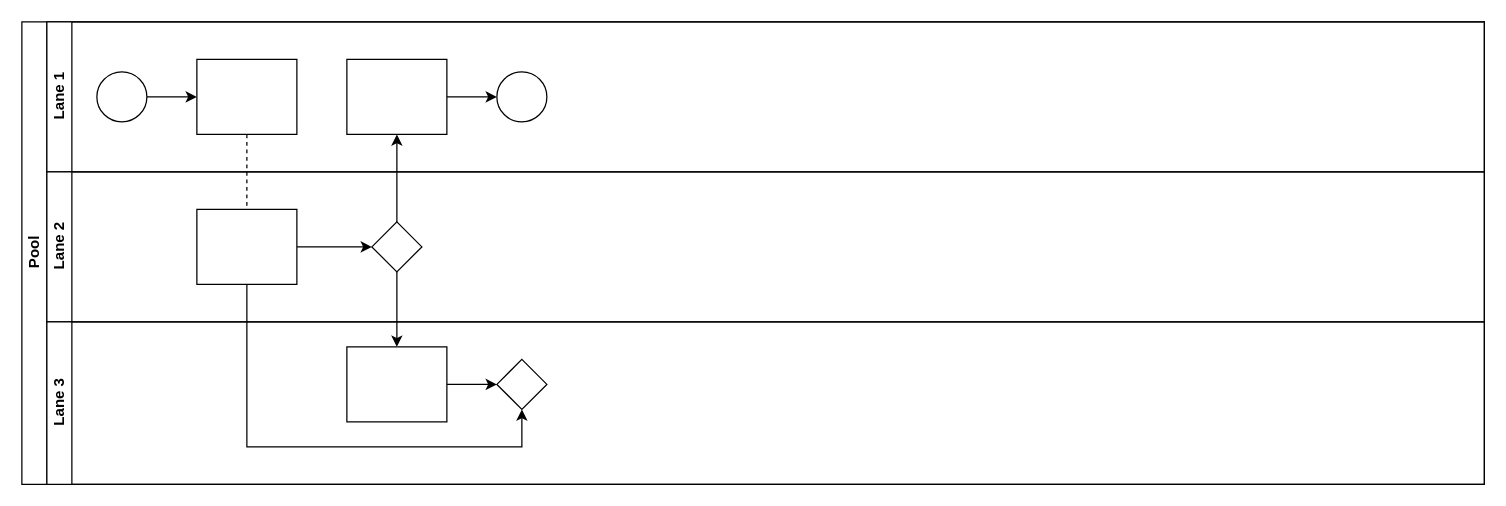
Above: drawio/未命名绘图.drawio in JETTA-AT/mind (draw.io), before the change. Source tidied: cells renumbered, new cells numbered last; positions are measured from the earlier drawing's top-left corner, leaving out a move shared by most shapes. Both pictures are drawn from the tidied source at 125%, with x=0, y=0 at pixel (21, 21).
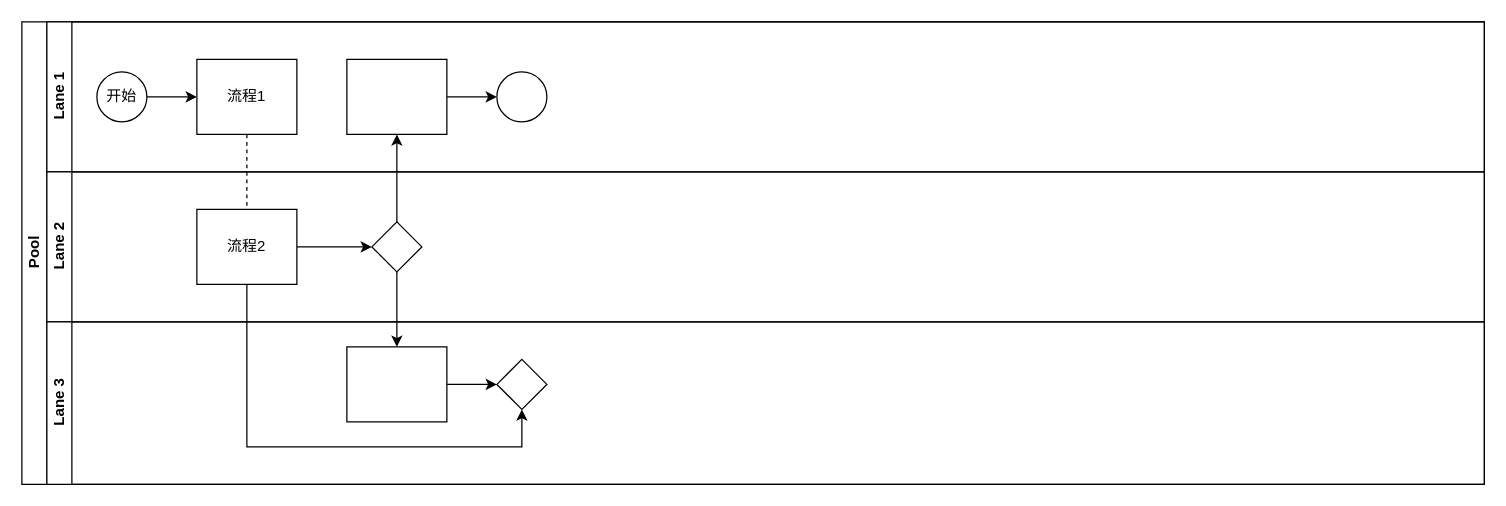
The same diagram, later.

Commit message:
更新未命名绘图.drawio

Unchanged cells that the change refers to:
```xml
<mxCell id="7" value="Lane 1" style="swimlane;html=1;startSize=20;horizontal=0;" parent="2" vertex="1">
  <mxGeometry x="20" width="1150" height="120" as="geometry" />
</mxCell>
<mxCell id="14" value="Lane 2" style="swimlane;html=1;startSize=20;horizontal=0;" parent="2" vertex="1">
  <mxGeometry x="20" y="120" width="1150" height="120" as="geometry" />
</mxCell>
```

The edit, as a diff of the source:
```diff
@@
-    <mxCell id="9" style="ellipse;whiteSpace=wrap;html=1;" parent="7" vertex="1">
+    <mxCell id="9" value="开始" style="ellipse;whiteSpace=wrap;html=1;" parent="7" vertex="1">
       <mxGeometry x="40" y="40" width="40" height="40" as="geometry" />
     </mxCell>
-    <mxCell id="10" style="rounded=0;whiteSpace=wrap;html=1;fontFamily=Helvetica;fontSize=12;fontColor=#000000;align=center;" parent="7" vertex="1">
+    <mxCell id="10" value="流程1" style="rounded=0;whiteSpace=wrap;html=1;fontFamily=Helvetica;fontSize=12;fontColor=#000000;align=center;" parent="7" vertex="1">
       <mxGeometry x="120" y="30" width="80" height="60" as="geometry" />
     </mxCell>
@@
-    <mxCell id="16" style="rounded=0;whiteSpace=wrap;html=1;fontFamily=Helvetica;fontSize=12;fontColor=#000000;align=center;" parent="14" vertex="1">
+    <mxCell id="16" value="流程2" style="rounded=0;whiteSpace=wrap;html=1;fontFamily=Helvetica;fontSize=12;fontColor=#000000;align=center;" parent="14" vertex="1">
       <mxGeometry x="120" y="30" width="80" height="60" as="geometry" />
     </mxCell>
```
